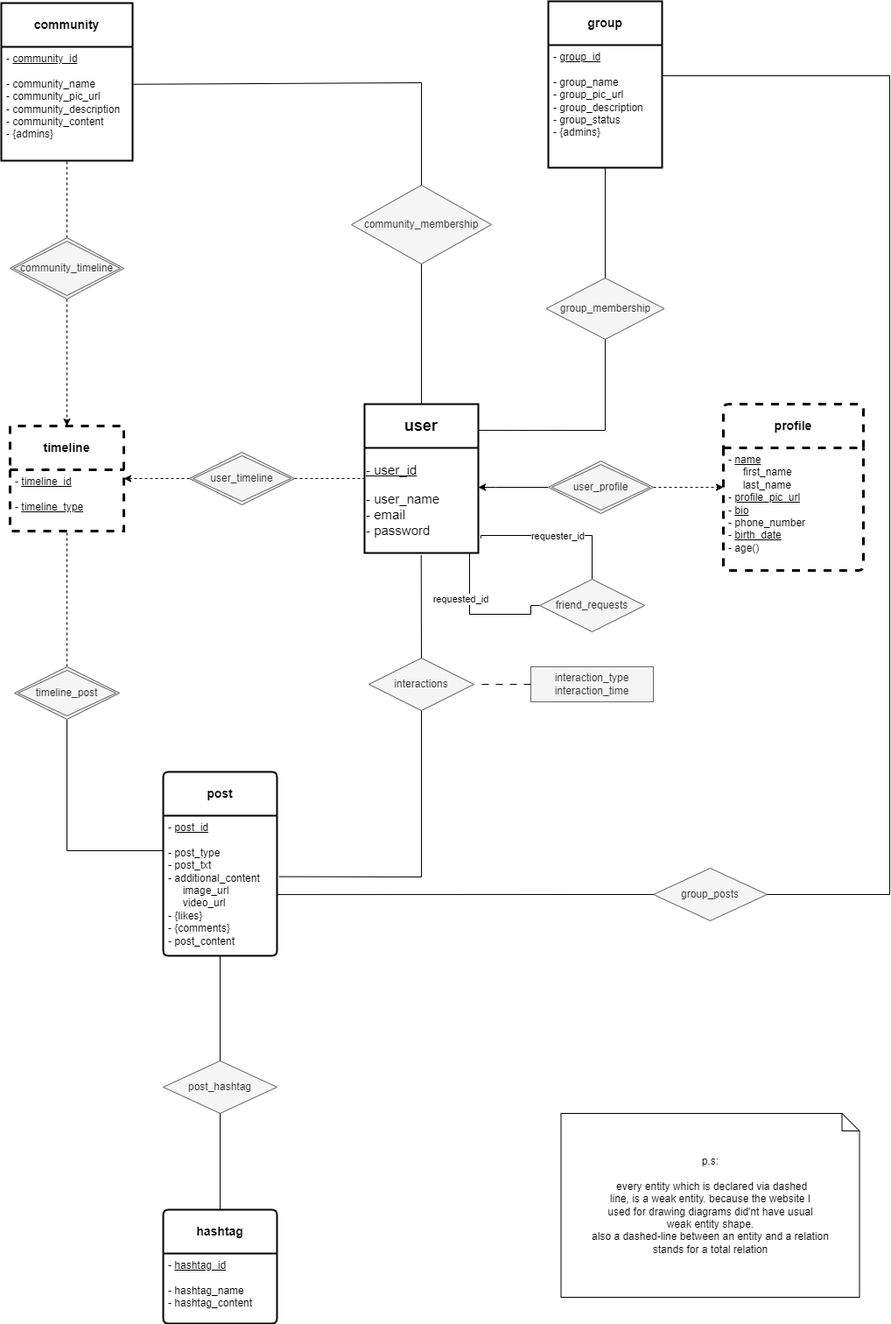
Earlier version of the draw.io export new_messenger_project.drawio.png (rezaAalaei/yu-gi-oh_messenger). Source tidied: cells renumbered, new cells last; positions are measured from the earlier drawing's top-left corner, leaving out a move shared by most shapes.
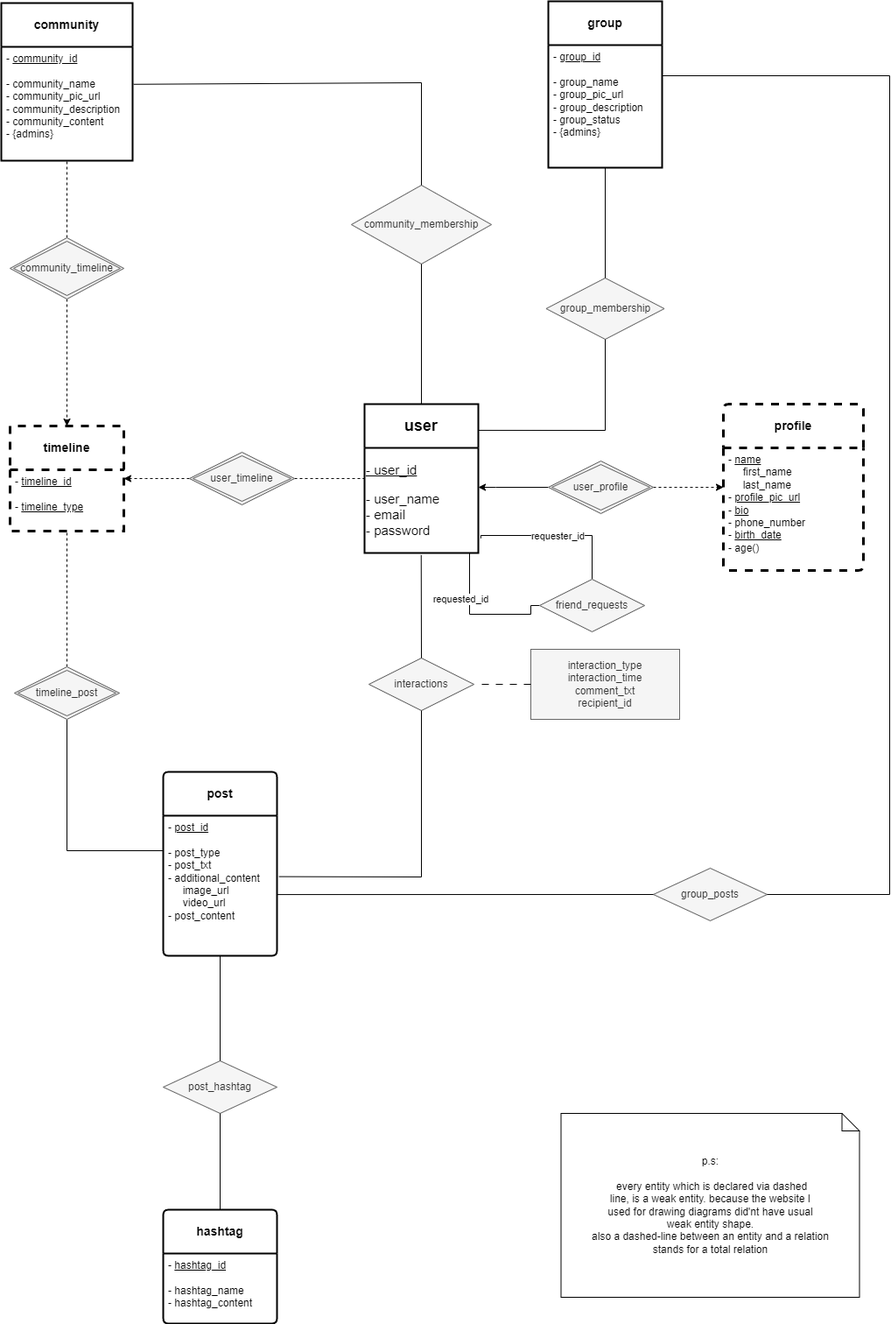
After the change.

What changed in the source:
```diff
@@ -48,7 +48,7 @@
     <mxCell id="11" value="&lt;b&gt;post&lt;/b&gt;" style="swimlane;horizontal=1;startSize=50;rounded=1;fontSize=14;fontStyle=0;strokeWidth=2;shadow=0;dashed=0;align=center;arcSize=4;whiteSpace=wrap;html=1;" parent="1" vertex="1">
       <mxGeometry x="185" y="880" width="130" height="210" as="geometry" />
     </mxCell>
-    <mxCell id="12" value="- &lt;u&gt;post_id&lt;br&gt;&lt;/u&gt;&lt;br&gt;- post_type&lt;br&gt;- post_txt&lt;br&gt;- additional_content&lt;br&gt;&amp;nbsp; &amp;nbsp; &amp;nbsp;image_url&lt;br&gt;&amp;nbsp; &amp;nbsp; &amp;nbsp;video_url&lt;br&gt;- {likes}&lt;br&gt;- {comments}&lt;br&gt;- post_content" style="align=left;strokeColor=none;fillColor=none;spacingLeft=4;fontSize=12;verticalAlign=top;html=1;" parent="11" vertex="1">
+    <mxCell id="12" value="- &lt;u&gt;post_id&lt;br&gt;&lt;/u&gt;&lt;br&gt;- post_type&lt;br&gt;- post_txt&lt;br&gt;- additional_content&lt;br&gt;&amp;nbsp; &amp;nbsp; &amp;nbsp;image_url&lt;br&gt;&amp;nbsp; &amp;nbsp; &amp;nbsp;video_url&lt;br&gt;- post_content" style="align=left;strokeColor=none;fillColor=none;spacingLeft=4;fontSize=12;verticalAlign=top;html=1;" parent="11" vertex="1">
       <mxGeometry y="50" width="130" height="160" as="geometry" />
     </mxCell>
     <mxCell id="13" style="edgeStyle=orthogonalEdgeStyle;rounded=0;jettySize=auto;html=1;dashed=1;" parent="1" edge="1" source="15" target="5">
@@ -83,8 +83,8 @@
         </Array>
       </mxGeometry>
     </mxCell>
-    <mxCell id="19" value="interaction_type&lt;br&gt;interaction_time" style="whiteSpace=wrap;html=1;align=center;fillColor=#f5f5f5;strokeColor=#666666;fontColor=#333333;" parent="1" vertex="1">
-      <mxGeometry x="605" y="760" width="140" height="40" as="geometry" />
+    <mxCell id="19" value="interaction_type&lt;br&gt;interaction_time&lt;br&gt;comment_txt&lt;br&gt;recipient_id" style="whiteSpace=wrap;html=1;align=center;fillColor=#f5f5f5;strokeColor=#666666;fontColor=#333333;" parent="1" vertex="1">
+      <mxGeometry x="605" y="740" width="170" height="80" as="geometry" />
     </mxCell>
     <mxCell id="20" style="endArrow=none;html=1;rounded=0;startArrow=none;startFill=0;dashed=1;dashPattern=8 8;" parent="1" edge="1">
       <mxGeometry relative="1" as="geometry">
```
